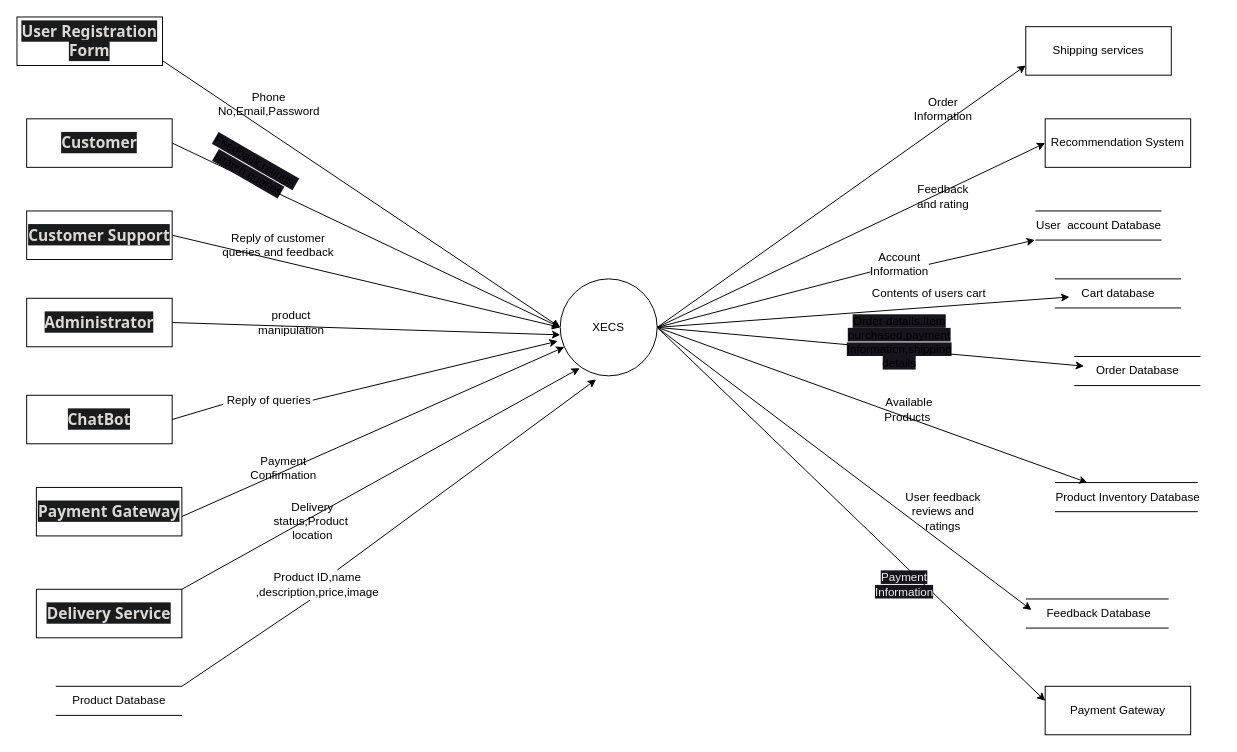
Above: Software-Requirement-Specification/Data-Flow-Diagrams.drawio/Level-0.drawio in fiercePanda007/SPL2-EcommerceWebApp (draw.io), before the change. Source tidied: cells renumbered, new cells numbered last; positions are measured from the earlier drawing's top-left corner, leaving out a move shared by most shapes. Both pictures are drawn from the tidied source at 97%, with x=0, y=0 at pixel (16, 16).
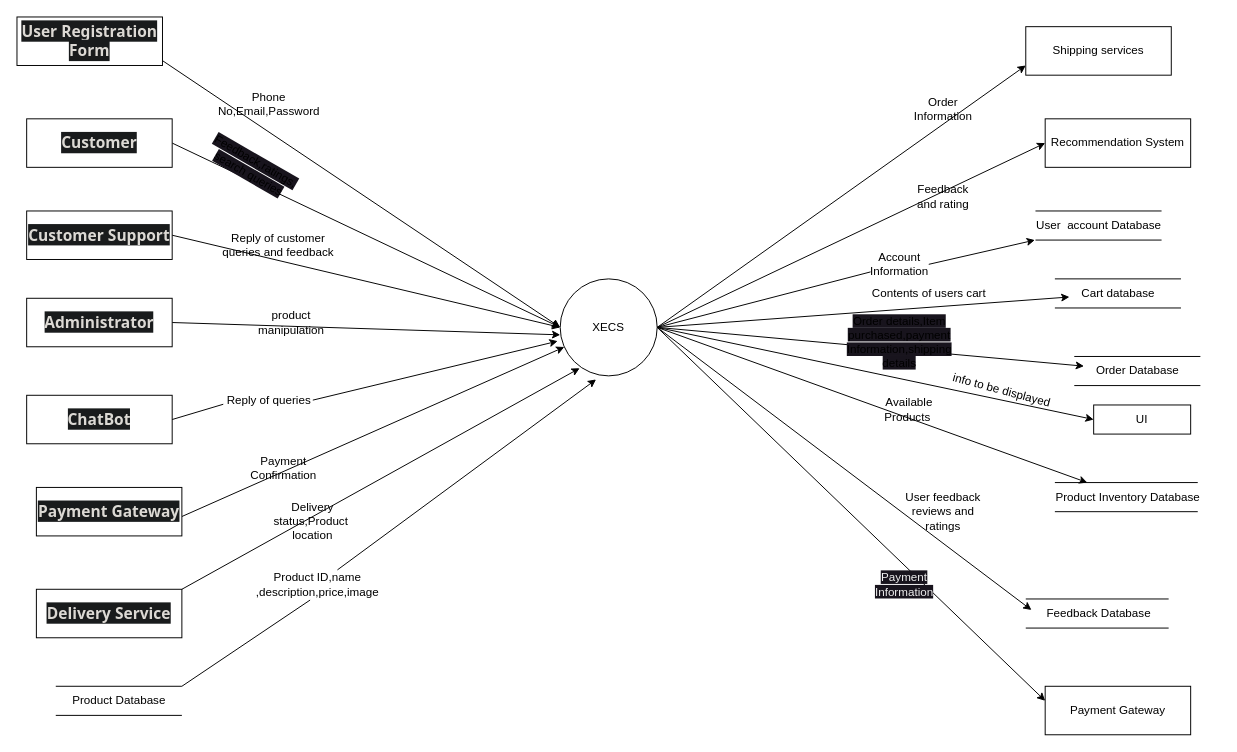
Above is the later version.

The change refers to these unchanged cells:
```xml
<mxCell id="18" value="XECS" style="ellipse;whiteSpace=wrap;html=1;rotation=0;" parent="1" vertex="1">
  <mxGeometry x="560" y="270" width="100" height="100" as="geometry" />
</mxCell>
```

Change to the diagram source:
```diff
@@
+    <mxCell id="73" style="edgeStyle=none;html=1;exitX=1;exitY=0.5;exitDx=0;exitDy=0;entryX=0;entryY=0.5;entryDx=0;entryDy=0;" parent="1" edge="1" source="18" target="74">
+      <mxGeometry relative="1" as="geometry" />
+    </mxCell>
@@
+    <mxCell id="74" value="UI" style="rounded=0;whiteSpace=wrap;html=1;" parent="1" vertex="1">
+      <mxGeometry x="1110" y="400" width="100" height="30" as="geometry" />
+    </mxCell>
+    <mxCell id="75" value="info to be displayed" style="text;html=1;align=center;verticalAlign=middle;strokeColor=none;fillColor=none;rotation=15;" parent="1" vertex="1">
+      <mxGeometry x="950" y="370" width="130" height="30" as="geometry" />
+    </mxCell>
```
